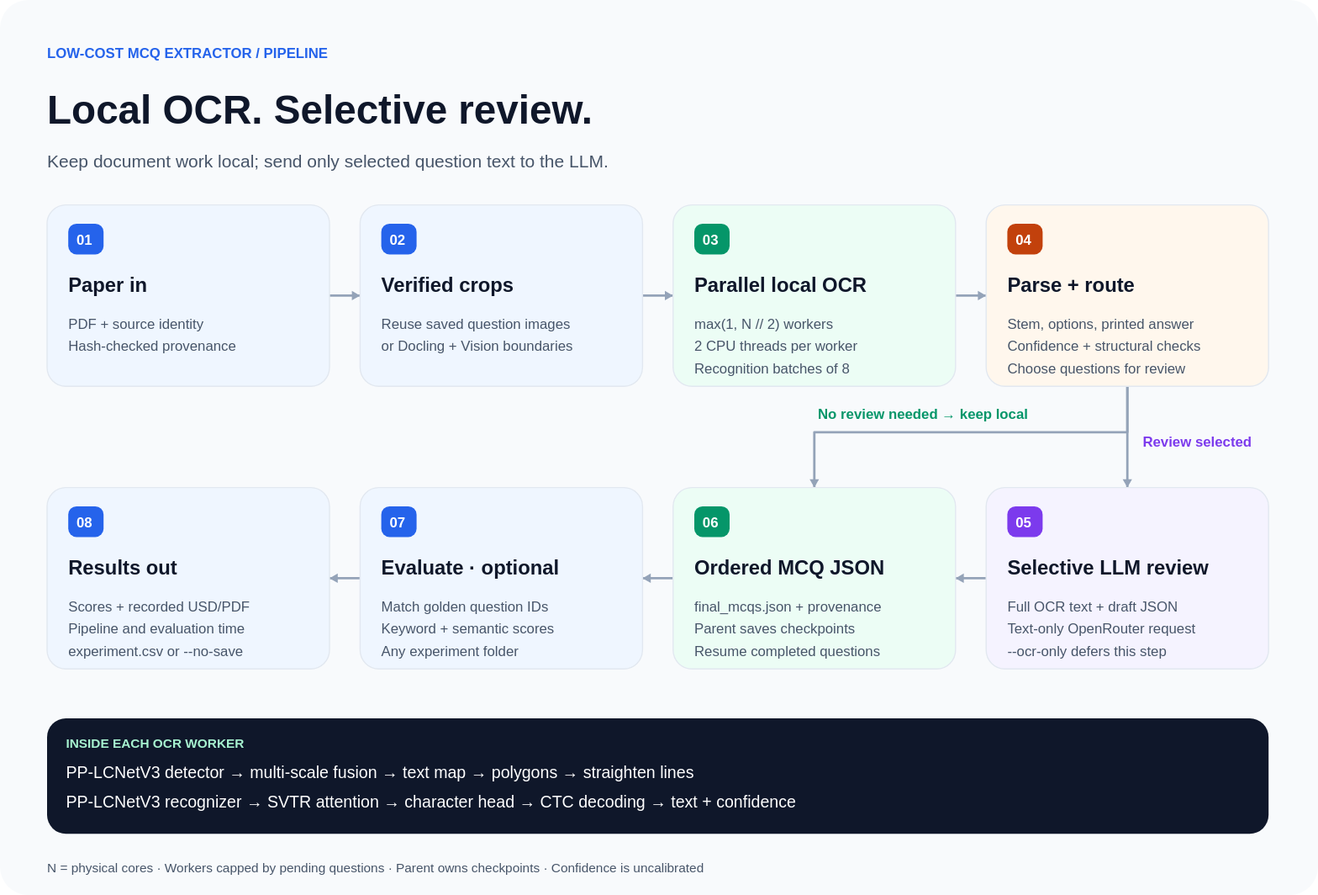
The draw.io diagram docs/low-cost-mcq-extractor.svg in generalized-ml/mcq-extractor, before a commit. Source tidied: cells renumbered, new cells last; positions are measured from the earlier drawing's top-left corner, leaving out a move shared by most shapes. Its diagram source:
```xml
<mxGraphModel background="#f8fafc">
  <root>
    <mxCell id="0" />
    <mxCell id="1" parent="0" />
    <mxCell id="2" value="LOW-COST MCQ EXTRACTOR  /  PIPELINE" style="text;html=0;align=left;verticalAlign=middle;whiteSpace=wrap;fontFamily=Helvetica;fontSize=12;fontColor=#2563eb;fontStyle=1;spacing=0;" parent="1" vertex="1">
      <mxGeometry width="500" height="24" as="geometry" />
    </mxCell>
    <mxCell id="3" value="Local OCR. Selective review." style="text;html=0;align=left;verticalAlign=middle;whiteSpace=wrap;fontFamily=Helvetica;fontSize=34;fontColor=#0f172a;fontStyle=1;spacing=0;" parent="1" vertex="1">
      <mxGeometry y="35" width="900" height="48" as="geometry" />
    </mxCell>
    <mxCell id="4" value="Keep document work local; send only selected question text to the LLM." style="text;html=0;align=left;verticalAlign=middle;whiteSpace=wrap;fontFamily=Helvetica;fontSize=15;fontColor=#475569;fontStyle=0;spacing=0;" parent="1" vertex="1">
      <mxGeometry y="93" width="1000" height="25" as="geometry" />
    </mxCell>
    <mxCell id="5" style="edgeStyle=none;html=1;rounded=0;strokeColor=#94a3b8;strokeWidth=2;endArrow=block;endFill=1;exitX=1;exitY=0.5;entryX=0;entryY=0.5;" parent="1" edge="1" source="13" target="18">
      <mxGeometry relative="1" as="geometry" />
    </mxCell>
    <mxCell id="6" style="edgeStyle=none;html=1;rounded=0;strokeColor=#94a3b8;strokeWidth=2;endArrow=block;endFill=1;exitX=1;exitY=0.5;entryX=0;entryY=0.5;" parent="1" edge="1" source="18" target="23">
      <mxGeometry relative="1" as="geometry" />
    </mxCell>
    <mxCell id="7" style="edgeStyle=none;html=1;rounded=0;strokeColor=#94a3b8;strokeWidth=2;endArrow=block;endFill=1;exitX=1;exitY=0.5;entryX=0;entryY=0.5;" parent="1" edge="1" source="23" target="29">
      <mxGeometry relative="1" as="geometry" />
    </mxCell>
    <mxCell id="8" style="edgeStyle=none;html=1;rounded=0;strokeColor=#94a3b8;strokeWidth=2;endArrow=block;endFill=1;exitX=0.5;exitY=1;entryX=0.5;entryY=0;" parent="1" edge="1" source="29" target="53">
      <mxGeometry relative="1" as="geometry" />
    </mxCell>
    <mxCell id="9" style="edgeStyle=none;html=1;rounded=0;strokeColor=#94a3b8;strokeWidth=2;endArrow=block;endFill=1;exitX=0.5;exitY=1;entryX=0.5;entryY=0;" parent="1" edge="1" source="29" target="47">
      <mxGeometry relative="1" as="geometry">
        <Array as="points">
          <mxPoint x="918" y="337" />
          <mxPoint x="652" y="337" />
        </Array>
      </mxGeometry>
    </mxCell>
    <mxCell id="10" style="edgeStyle=none;html=1;rounded=0;strokeColor=#94a3b8;strokeWidth=2;endArrow=block;endFill=1;exitX=0;exitY=0.5;entryX=1;entryY=0.5;" parent="1" edge="1" source="53" target="47">
      <mxGeometry relative="1" as="geometry" />
    </mxCell>
    <mxCell id="11" style="edgeStyle=none;html=1;rounded=0;strokeColor=#94a3b8;strokeWidth=2;endArrow=block;endFill=1;exitX=0;exitY=0.5;entryX=1;entryY=0.5;" parent="1" edge="1" source="47" target="41">
      <mxGeometry relative="1" as="geometry" />
    </mxCell>
    <mxCell id="12" style="edgeStyle=none;html=1;rounded=0;strokeColor=#94a3b8;strokeWidth=2;endArrow=block;endFill=1;exitX=0;exitY=0.5;entryX=1;entryY=0.5;" parent="1" edge="1" source="41" target="35">
      <mxGeometry relative="1" as="geometry" />
    </mxCell>
    <mxCell id="13" style="rounded=1;arcSize=14;fillColor=#eff6ff;strokeColor=#e2e8f0;strokeWidth=1;" parent="1" vertex="1">
      <mxGeometry y="144" width="240" height="154" as="geometry" />
    </mxCell>
    <mxCell id="14" value="01" style="rounded=1;arcSize=30;fillColor=#2563eb;strokeColor=none;fontColor=#ffffff;fontSize=12;fontFamily=Helvetica;fontStyle=1;" parent="1" vertex="1">
      <mxGeometry x="18" y="160" width="30" height="26" as="geometry" />
    </mxCell>
    <mxCell id="15" value="Paper in" style="text;html=0;align=left;verticalAlign=middle;whiteSpace=wrap;fontFamily=Helvetica;fontSize=17;fontColor=#0f172a;fontStyle=1;spacing=0;" parent="1" vertex="1">
      <mxGeometry x="18" y="197" width="210" height="27" as="geometry" />
    </mxCell>
    <mxCell id="16" value="PDF + source identity" style="text;html=0;align=left;verticalAlign=middle;whiteSpace=wrap;fontFamily=Helvetica;fontSize=12;fontColor=#475569;fontStyle=0;spacing=0;" parent="1" vertex="1">
      <mxGeometry x="18" y="235" width="210" height="19" as="geometry" />
    </mxCell>
    <mxCell id="17" value="Hash-checked provenance" style="text;html=0;align=left;verticalAlign=middle;whiteSpace=wrap;fontFamily=Helvetica;fontSize=12;fontColor=#475569;fontStyle=0;spacing=0;" parent="1" vertex="1">
      <mxGeometry x="18" y="254" width="210" height="19" as="geometry" />
    </mxCell>
    <mxCell id="18" style="rounded=1;arcSize=14;fillColor=#eff6ff;strokeColor=#e2e8f0;strokeWidth=1;" parent="1" vertex="1">
      <mxGeometry x="266" y="144" width="240" height="154" as="geometry" />
    </mxCell>
    <mxCell id="19" value="02" style="rounded=1;arcSize=30;fillColor=#2563eb;strokeColor=none;fontColor=#ffffff;fontSize=12;fontFamily=Helvetica;fontStyle=1;" parent="1" vertex="1">
      <mxGeometry x="284" y="160" width="30" height="26" as="geometry" />
    </mxCell>
    <mxCell id="20" value="Verified crops" style="text;html=0;align=left;verticalAlign=middle;whiteSpace=wrap;fontFamily=Helvetica;fontSize=17;fontColor=#0f172a;fontStyle=1;spacing=0;" parent="1" vertex="1">
      <mxGeometry x="284" y="197" width="210" height="27" as="geometry" />
    </mxCell>
    <mxCell id="21" value="Reuse saved question images" style="text;html=0;align=left;verticalAlign=middle;whiteSpace=wrap;fontFamily=Helvetica;fontSize=12;fontColor=#475569;fontStyle=0;spacing=0;" parent="1" vertex="1">
      <mxGeometry x="284" y="235" width="210" height="19" as="geometry" />
    </mxCell>
    <mxCell id="22" value="or Docling + Vision boundaries" style="text;html=0;align=left;verticalAlign=middle;whiteSpace=wrap;fontFamily=Helvetica;fontSize=12;fontColor=#475569;fontStyle=0;spacing=0;" parent="1" vertex="1">
      <mxGeometry x="284" y="254" width="210" height="19" as="geometry" />
    </mxCell>
    <mxCell id="23" style="rounded=1;arcSize=14;fillColor=#ecfdf5;strokeColor=#e2e8f0;strokeWidth=1;" parent="1" vertex="1">
      <mxGeometry x="532" y="144" width="240" height="154" as="geometry" />
    </mxCell>
    <mxCell id="24" value="03" style="rounded=1;arcSize=30;fillColor=#059669;strokeColor=none;fontColor=#ffffff;fontSize=12;fontFamily=Helvetica;fontStyle=1;" parent="1" vertex="1">
      <mxGeometry x="550" y="160" width="30" height="26" as="geometry" />
    </mxCell>
    <mxCell id="25" value="Parallel local OCR" style="text;html=0;align=left;verticalAlign=middle;whiteSpace=wrap;fontFamily=Helvetica;fontSize=17;fontColor=#0f172a;fontStyle=1;spacing=0;" parent="1" vertex="1">
      <mxGeometry x="550" y="197" width="210" height="27" as="geometry" />
    </mxCell>
    <mxCell id="26" value="max(1, N // 2) workers" style="text;html=0;align=left;verticalAlign=middle;whiteSpace=wrap;fontFamily=Helvetica;fontSize=12;fontColor=#475569;fontStyle=0;spacing=0;" parent="1" vertex="1">
      <mxGeometry x="550" y="235" width="210" height="19" as="geometry" />
    </mxCell>
    <mxCell id="27" value="2 CPU threads per worker" style="text;html=0;align=left;verticalAlign=middle;whiteSpace=wrap;fontFamily=Helvetica;fontSize=12;fontColor=#475569;fontStyle=0;spacing=0;" parent="1" vertex="1">
      <mxGeometry x="550" y="254" width="210" height="19" as="geometry" />
    </mxCell>
    <mxCell id="28" value="Recognition batches of 8" style="text;html=0;align=left;verticalAlign=middle;whiteSpace=wrap;fontFamily=Helvetica;fontSize=12;fontColor=#475569;fontStyle=0;spacing=0;" parent="1" vertex="1">
      <mxGeometry x="550" y="273" width="210" height="19" as="geometry" />
    </mxCell>
    <mxCell id="29" style="rounded=1;arcSize=14;fillColor=#fff7ed;strokeColor=#e2e8f0;strokeWidth=1;" parent="1" vertex="1">
      <mxGeometry x="798" y="144" width="240" height="154" as="geometry" />
    </mxCell>
    <mxCell id="30" value="04" style="rounded=1;arcSize=30;fillColor=#c2410c;strokeColor=none;fontColor=#ffffff;fontSize=12;fontFamily=Helvetica;fontStyle=1;" parent="1" vertex="1">
      <mxGeometry x="816" y="160" width="30" height="26" as="geometry" />
    </mxCell>
    <mxCell id="31" value="Parse + route" style="text;html=0;align=left;verticalAlign=middle;whiteSpace=wrap;fontFamily=Helvetica;fontSize=17;fontColor=#0f172a;fontStyle=1;spacing=0;" parent="1" vertex="1">
      <mxGeometry x="816" y="197" width="210" height="27" as="geometry" />
    </mxCell>
    <mxCell id="32" value="Stem, options, printed answer" style="text;html=0;align=left;verticalAlign=middle;whiteSpace=wrap;fontFamily=Helvetica;fontSize=12;fontColor=#475569;fontStyle=0;spacing=0;" parent="1" vertex="1">
      <mxGeometry x="816" y="235" width="210" height="19" as="geometry" />
    </mxCell>
    <mxCell id="33" value="Confidence + structural checks" style="text;html=0;align=left;verticalAlign=middle;whiteSpace=wrap;fontFamily=Helvetica;fontSize=12;fontColor=#475569;fontStyle=0;spacing=0;" parent="1" vertex="1">
      <mxGeometry x="816" y="254" width="210" height="19" as="geometry" />
    </mxCell>
    <mxCell id="34" value="Choose questions for review" style="text;html=0;align=left;verticalAlign=middle;whiteSpace=wrap;fontFamily=Helvetica;fontSize=12;fontColor=#475569;fontStyle=0;spacing=0;" parent="1" vertex="1">
      <mxGeometry x="816" y="273" width="210" height="19" as="geometry" />
    </mxCell>
    <mxCell id="35" style="rounded=1;arcSize=14;fillColor=#eff6ff;strokeColor=#e2e8f0;strokeWidth=1;" parent="1" vertex="1">
      <mxGeometry y="384" width="240" height="154" as="geometry" />
    </mxCell>
    <mxCell id="36" value="08" style="rounded=1;arcSize=30;fillColor=#2563eb;strokeColor=none;fontColor=#ffffff;fontSize=12;fontFamily=Helvetica;fontStyle=1;" parent="1" vertex="1">
      <mxGeometry x="18" y="400" width="30" height="26" as="geometry" />
    </mxCell>
    <mxCell id="37" value="Results out" style="text;html=0;align=left;verticalAlign=middle;whiteSpace=wrap;fontFamily=Helvetica;fontSize=17;fontColor=#0f172a;fontStyle=1;spacing=0;" parent="1" vertex="1">
      <mxGeometry x="18" y="437" width="210" height="27" as="geometry" />
    </mxCell>
    <mxCell id="38" value="Scores + recorded USD/PDF" style="text;html=0;align=left;verticalAlign=middle;whiteSpace=wrap;fontFamily=Helvetica;fontSize=12;fontColor=#475569;fontStyle=0;spacing=0;" parent="1" vertex="1">
      <mxGeometry x="18" y="475" width="210" height="19" as="geometry" />
    </mxCell>
    <mxCell id="39" value="Pipeline and evaluation time" style="text;html=0;align=left;verticalAlign=middle;whiteSpace=wrap;fontFamily=Helvetica;fontSize=12;fontColor=#475569;fontStyle=0;spacing=0;" parent="1" vertex="1">
      <mxGeometry x="18" y="494" width="210" height="19" as="geometry" />
    </mxCell>
    <mxCell id="40" value="experiment.csv or --no-save" style="text;html=0;align=left;verticalAlign=middle;whiteSpace=wrap;fontFamily=Helvetica;fontSize=12;fontColor=#475569;fontStyle=0;spacing=0;" parent="1" vertex="1">
      <mxGeometry x="18" y="513" width="210" height="19" as="geometry" />
    </mxCell>
    <mxCell id="41" style="rounded=1;arcSize=14;fillColor=#eff6ff;strokeColor=#e2e8f0;strokeWidth=1;" parent="1" vertex="1">
      <mxGeometry x="266" y="384" width="240" height="154" as="geometry" />
    </mxCell>
    <mxCell id="42" value="07" style="rounded=1;arcSize=30;fillColor=#2563eb;strokeColor=none;fontColor=#ffffff;fontSize=12;fontFamily=Helvetica;fontStyle=1;" parent="1" vertex="1">
      <mxGeometry x="284" y="400" width="30" height="26" as="geometry" />
    </mxCell>
    <mxCell id="43" value="Evaluate · optional" style="text;html=0;align=left;verticalAlign=middle;whiteSpace=wrap;fontFamily=Helvetica;fontSize=17;fontColor=#0f172a;fontStyle=1;spacing=0;" parent="1" vertex="1">
      <mxGeometry x="284" y="437" width="210" height="27" as="geometry" />
    </mxCell>
    <mxCell id="44" value="Match golden question IDs" style="text;html=0;align=left;verticalAlign=middle;whiteSpace=wrap;fontFamily=Helvetica;fontSize=12;fontColor=#475569;fontStyle=0;spacing=0;" parent="1" vertex="1">
      <mxGeometry x="284" y="475" width="210" height="19" as="geometry" />
    </mxCell>
    <mxCell id="45" value="Keyword + semantic scores" style="text;html=0;align=left;verticalAlign=middle;whiteSpace=wrap;fontFamily=Helvetica;fontSize=12;fontColor=#475569;fontStyle=0;spacing=0;" parent="1" vertex="1">
      <mxGeometry x="284" y="494" width="210" height="19" as="geometry" />
    </mxCell>
    <mxCell id="46" value="Any experiment folder" style="text;html=0;align=left;verticalAlign=middle;whiteSpace=wrap;fontFamily=Helvetica;fontSize=12;fontColor=#475569;fontStyle=0;spacing=0;" parent="1" vertex="1">
      <mxGeometry x="284" y="513" width="210" height="19" as="geometry" />
    </mxCell>
    <mxCell id="47" style="rounded=1;arcSize=14;fillColor=#ecfdf5;strokeColor=#e2e8f0;strokeWidth=1;" parent="1" vertex="1">
      <mxGeometry x="532" y="384" width="240" height="154" as="geometry" />
    </mxCell>
    <mxCell id="48" value="06" style="rounded=1;arcSize=30;fillColor=#059669;strokeColor=none;fontColor=#ffffff;fontSize=12;fontFamily=Helvetica;fontStyle=1;" parent="1" vertex="1">
      <mxGeometry x="550" y="400" width="30" height="26" as="geometry" />
    </mxCell>
    <mxCell id="49" value="Ordered MCQ JSON" style="text;html=0;align=left;verticalAlign=middle;whiteSpace=wrap;fontFamily=Helvetica;fontSize=17;fontColor=#0f172a;fontStyle=1;spacing=0;" parent="1" vertex="1">
      <mxGeometry x="550" y="437" width="210" height="27" as="geometry" />
    </mxCell>
    <mxCell id="50" value="final_mcqs.json + provenance" style="text;html=0;align=left;verticalAlign=middle;whiteSpace=wrap;fontFamily=Helvetica;fontSize=12;fontColor=#475569;fontStyle=0;spacing=0;" parent="1" vertex="1">
      <mxGeometry x="550" y="475" width="210" height="19" as="geometry" />
    </mxCell>
    <mxCell id="51" value="Parent saves checkpoints" style="text;html=0;align=left;verticalAlign=middle;whiteSpace=wrap;fontFamily=Helvetica;fontSize=12;fontColor=#475569;fontStyle=0;spacing=0;" parent="1" vertex="1">
      <mxGeometry x="550" y="494" width="210" height="19" as="geometry" />
    </mxCell>
    <mxCell id="52" value="Resume completed questions" style="text;html=0;align=left;verticalAlign=middle;whiteSpace=wrap;fontFamily=Helvetica;fontSize=12;fontColor=#475569;fontStyle=0;spacing=0;" parent="1" vertex="1">
      <mxGeometry x="550" y="513" width="210" height="19" as="geometry" />
    </mxCell>
    <mxCell id="53" style="rounded=1;arcSize=14;fillColor=#f5f3ff;strokeColor=#e2e8f0;strokeWidth=1;" parent="1" vertex="1">
      <mxGeometry x="798" y="384" width="240" height="154" as="geometry" />
    </mxCell>
    <mxCell id="54" value="05" style="rounded=1;arcSize=30;fillColor=#7c3aed;strokeColor=none;fontColor=#ffffff;fontSize=12;fontFamily=Helvetica;fontStyle=1;" parent="1" vertex="1">
      <mxGeometry x="816" y="400" width="30" height="26" as="geometry" />
    </mxCell>
    <mxCell id="55" value="Selective LLM review" style="text;html=0;align=left;verticalAlign=middle;whiteSpace=wrap;fontFamily=Helvetica;fontSize=17;fontColor=#0f172a;fontStyle=1;spacing=0;" parent="1" vertex="1">
      <mxGeometry x="816" y="437" width="210" height="27" as="geometry" />
    </mxCell>
    <mxCell id="56" value="Full OCR text + draft JSON" style="text;html=0;align=left;verticalAlign=middle;whiteSpace=wrap;fontFamily=Helvetica;fontSize=12;fontColor=#475569;fontStyle=0;spacing=0;" parent="1" vertex="1">
      <mxGeometry x="816" y="475" width="210" height="19" as="geometry" />
    </mxCell>
    <mxCell id="57" value="Text-only OpenRouter request" style="text;html=0;align=left;verticalAlign=middle;whiteSpace=wrap;fontFamily=Helvetica;fontSize=12;fontColor=#475569;fontStyle=0;spacing=0;" parent="1" vertex="1">
      <mxGeometry x="816" y="494" width="210" height="19" as="geometry" />
    </mxCell>
    <mxCell id="58" value="--ocr-only defers this step" style="text;html=0;align=left;verticalAlign=middle;whiteSpace=wrap;fontFamily=Helvetica;fontSize=12;fontColor=#475569;fontStyle=0;spacing=0;" parent="1" vertex="1">
      <mxGeometry x="816" y="513" width="210" height="19" as="geometry" />
    </mxCell>
    <mxCell id="59" value="No review needed → keep local" style="text;html=0;align=left;verticalAlign=middle;whiteSpace=wrap;fontFamily=Helvetica;fontSize=12;fontColor=#059669;fontStyle=1;spacing=0;" parent="1" vertex="1">
      <mxGeometry x="655" y="310" width="225" height="22" as="geometry" />
    </mxCell>
    <mxCell id="60" value="Review selected" style="text;html=0;align=left;verticalAlign=middle;whiteSpace=wrap;fontFamily=Helvetica;fontSize=12;fontColor=#7c3aed;fontStyle=1;spacing=0;" parent="1" vertex="1">
      <mxGeometry x="930" y="324" width="132" height="36" as="geometry" />
    </mxCell>
    <mxCell id="61" style="rounded=1;arcSize=12;fillColor=#0f172a;strokeColor=none;" parent="1" vertex="1">
      <mxGeometry y="580" width="1038" height="98" as="geometry" />
    </mxCell>
    <mxCell id="62" value="INSIDE EACH OCR WORKER" style="text;html=0;align=left;verticalAlign=middle;whiteSpace=wrap;fontFamily=Helvetica;fontSize=11;fontColor=#a7f3d0;fontStyle=1;spacing=0;" parent="1" vertex="1">
      <mxGeometry x="16" y="588" width="1005" height="23" as="geometry" />
    </mxCell>
    <mxCell id="63" value="PP-LCNetV3 detector → multi-scale fusion → text map → polygons → straighten lines" style="text;html=0;align=left;verticalAlign=middle;whiteSpace=wrap;fontFamily=Helvetica;fontSize=14;fontColor=#ffffff;fontStyle=0;spacing=0;" parent="1" vertex="1">
      <mxGeometry x="16" y="614" width="1005" height="23" as="geometry" />
    </mxCell>
    <mxCell id="64" value="PP-LCNetV3 recognizer → SVTR attention → character head → CTC decoding → text + confidence" style="text;html=0;align=left;verticalAlign=middle;whiteSpace=wrap;fontFamily=Helvetica;fontSize=14;fontColor=#ffffff;fontStyle=0;spacing=0;" parent="1" vertex="1">
      <mxGeometry x="16" y="639" width="1005" height="23" as="geometry" />
    </mxCell>
    <mxCell id="65" value="N = physical cores · Workers capped by pending questions · Parent owns checkpoints · Confidence is uncalibrated" style="text;html=0;align=left;verticalAlign=middle;whiteSpace=wrap;fontFamily=Helvetica;fontSize=11;fontColor=#475569;fontStyle=0;spacing=0;" parent="1" vertex="1">
      <mxGeometry y="692" width="1040" height="23" as="geometry" />
    </mxCell>
  </root>
</mxGraphModel>
```
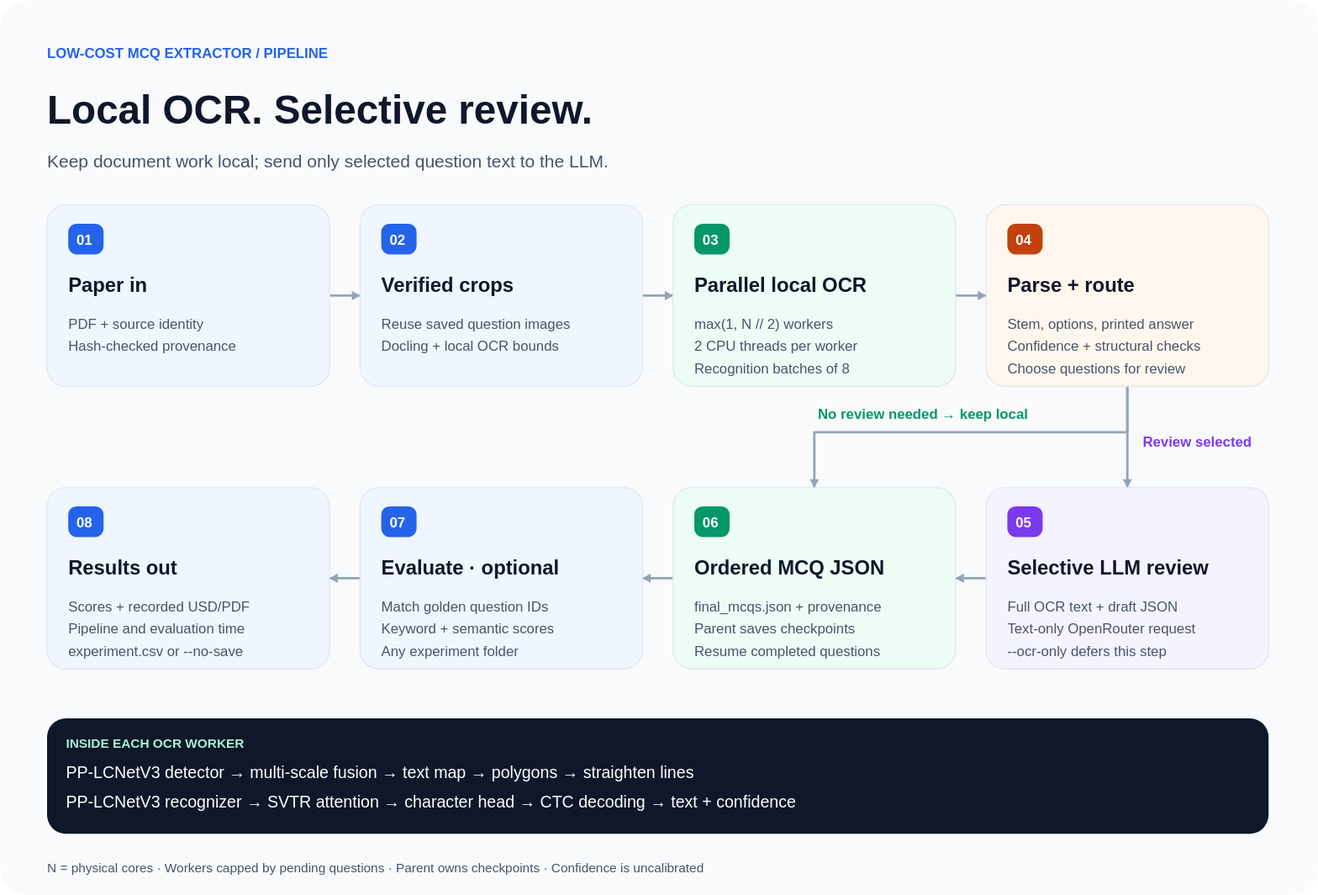
The same file after the commit.

Diff of the diagram source:
```diff
@@ -67,7 +67,7 @@
     <mxCell id="21" value="Reuse saved question images" style="text;html=0;align=left;verticalAlign=middle;whiteSpace=wrap;fontFamily=Helvetica;fontSize=12;fontColor=#475569;fontStyle=0;spacing=0;" parent="1" vertex="1">
       <mxGeometry x="284" y="235" width="210" height="19" as="geometry" />
     </mxCell>
-    <mxCell id="22" value="or Docling + Vision boundaries" style="text;html=0;align=left;verticalAlign=middle;whiteSpace=wrap;fontFamily=Helvetica;fontSize=12;fontColor=#475569;fontStyle=0;spacing=0;" parent="1" vertex="1">
+    <mxCell id="22" value="Docling + local OCR bounds" style="text;html=0;align=left;verticalAlign=middle;whiteSpace=wrap;fontFamily=Helvetica;fontSize=12;fontColor=#475569;fontStyle=0;spacing=0;" parent="1" vertex="1">
       <mxGeometry x="284" y="254" width="210" height="19" as="geometry" />
     </mxCell>
     <mxCell id="23" style="rounded=1;arcSize=14;fillColor=#ecfdf5;strokeColor=#e2e8f0;strokeWidth=1;" parent="1" vertex="1">
```
